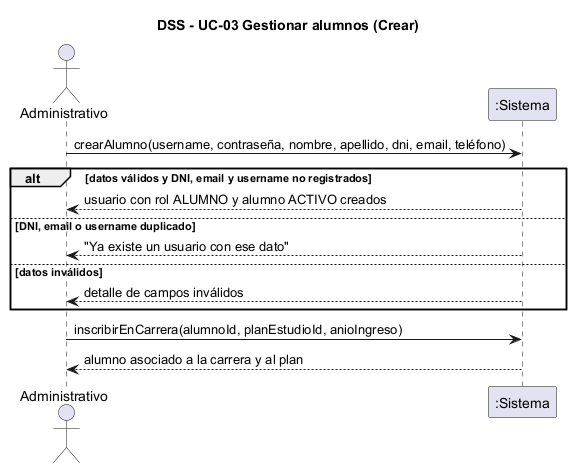
Above: document/diagramas/dss-crear-alumno.png in ISMAELALTHENOFER/BACKOFFICE-ACADEMICO-ITEC-N-1 (PlantUML), before the change.
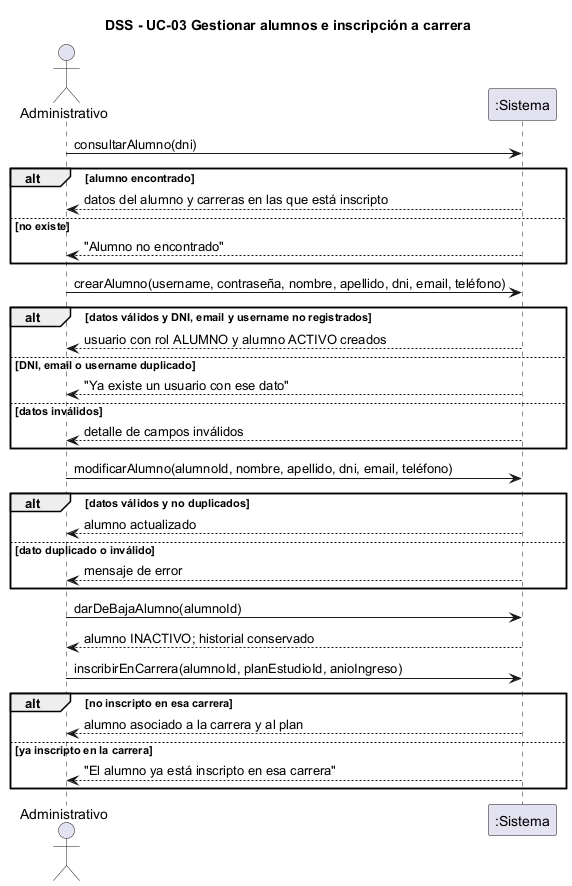
The same diagram one commit later.

What changed in the source:
```diff
@@ -1,8 +1,14 @@
 @startuml dss-crear-alumno
 skinparam shadowing false
-title DSS - UC-03 Gestionar alumnos (Crear)
+title DSS - UC-03 Gestionar alumnos e inscripción a carrera
 actor "Administrativo" as U
 participant ":Sistema" as S
+U -> S : consultarAlumno(dni)
+alt alumno encontrado
+  S --> U : datos del alumno y carreras en las que está inscripto
+else no existe
+  S --> U : "Alumno no encontrado"
+end
 U -> S : crearAlumno(username, contraseña, nombre, apellido, dni, email, teléfono)
 alt datos válidos y DNI, email y username no registrados
   S --> U : usuario con rol ALUMNO y alumno ACTIVO creados
@@ -11,6 +17,18 @@
 else datos inválidos
   S --> U : detalle de campos inválidos
 end
+U -> S : modificarAlumno(alumnoId, nombre, apellido, dni, email, teléfono)
+alt datos válidos y no duplicados
+  S --> U : alumno actualizado
+else dato duplicado o inválido
+  S --> U : mensaje de error
+end
+U -> S : darDeBajaAlumno(alumnoId)
+S --> U : alumno INACTIVO; historial conservado
 U -> S : inscribirEnCarrera(alumnoId, planEstudioId, anioIngreso)
-S --> U : alumno asociado a la carrera y al plan
+alt no inscripto en esa carrera
+  S --> U : alumno asociado a la carrera y al plan
+else ya inscripto en la carrera
+  S --> U : "El alumno ya está inscripto en esa carrera"
+end
 @enduml
```
